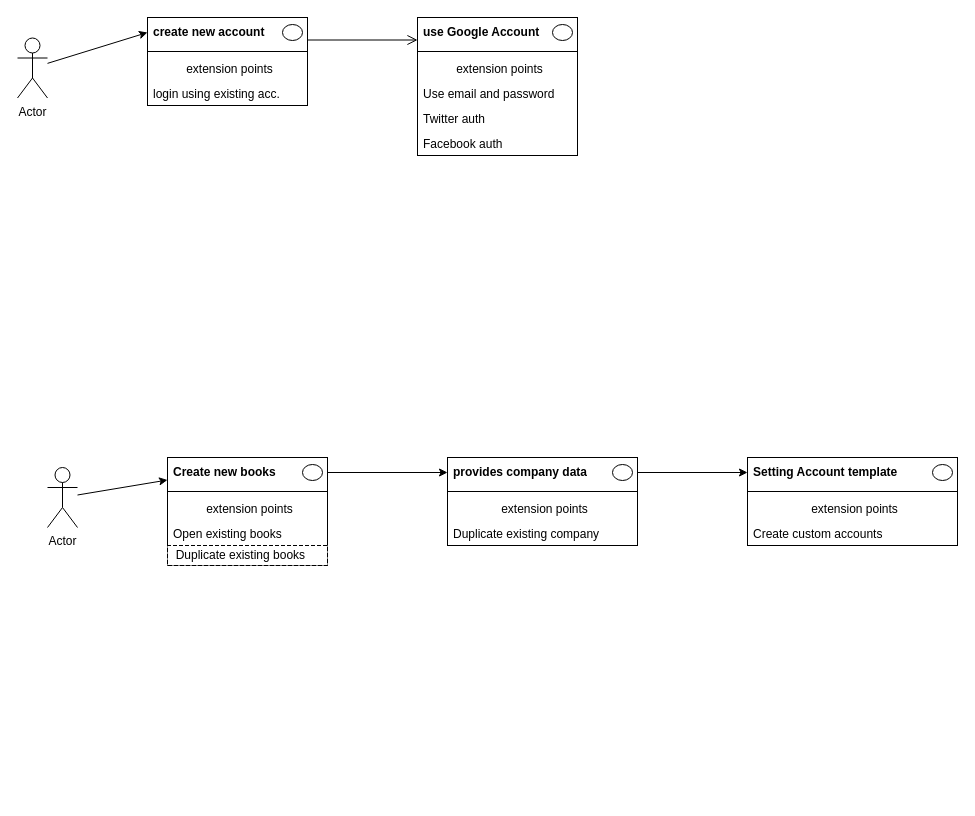
Before: page "use case" (1 of 2) of diagrams/uml.drawio in m00racle/Fractal, a draw.io diagram. Source tidied: cells renumbered, new cells numbered last; positions are measured from the earlier drawing's top-left corner, leaving out a move shared by most shapes. Both pictures are drawn from the tidied source at 100%, with x=0, y=0 at pixel (17, 17).
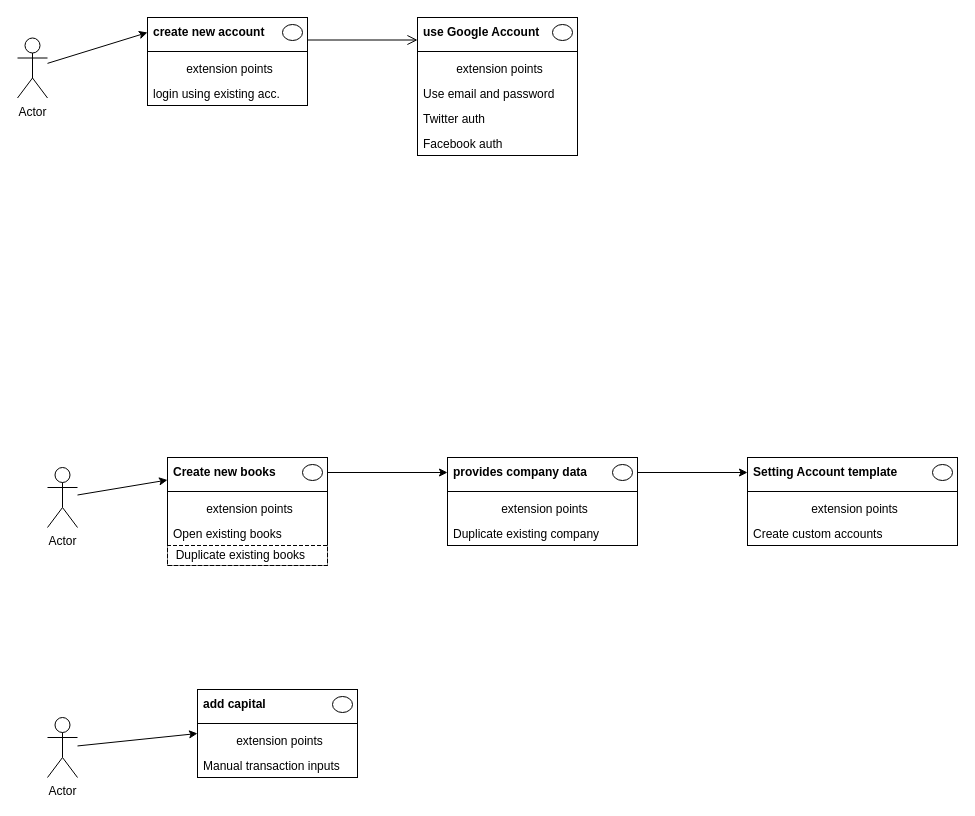
The same page after the edit.

Change to the diagram source:
```diff
@@
+    <mxCell id="42" style="edgeStyle=none;html=1;entryX=0;entryY=0.5;entryDx=0;entryDy=0;" parent="1" edge="1" source="43" target="44">
+      <mxGeometry relative="1" as="geometry" />
+    </mxCell>
+    <mxCell id="43" value="Actor" style="shape=umlActor;verticalLabelPosition=bottom;verticalAlign=top;html=1;" parent="1" vertex="1">
+      <mxGeometry x="30" y="700" width="30" height="60" as="geometry" />
+    </mxCell>
+    <mxCell id="44" style="fontStyle=1;align=center;verticalAlign=top;horizontal=1;" parent="1" vertex="1">
+      <mxGeometry x="180" y="672" width="160" height="88" as="geometry" />
+    </mxCell>
+    <mxCell id="45" value="add capital" style="html=1;align=left;spacingLeft=4;verticalAlign=middle;strokeColor=none;fillColor=none;fontStyle=1;" parent="44" vertex="1">
+      <mxGeometry width="160" height="30" as="geometry" />
+    </mxCell>
+    <mxCell id="46" style="shape=ellipse;" parent="45" vertex="1">
+      <mxGeometry x="1" width="20" height="16" relative="1" as="geometry">
+        <mxPoint x="-25" y="7" as="offset" />
+      </mxGeometry>
+    </mxCell>
+    <mxCell id="47" style="line;strokeWidth=1;fillColor=none;align=left;verticalAlign=middle;spacingTop=-1;spacingLeft=3;spacingRight=3;labelPosition=right;" parent="44" vertex="1">
+      <mxGeometry y="30" width="160" height="8" as="geometry" />
+    </mxCell>
+    <mxCell id="48" value="extension points" style="html=1;align=center;spacingLeft=4;verticalAlign=top;strokeColor=none;fillColor=none;" parent="44" vertex="1">
+      <mxGeometry y="38" width="160" height="25" as="geometry" />
+    </mxCell>
+    <mxCell id="49" value="Manual transaction inputs" style="html=1;align=left;spacingLeft=4;verticalAlign=top;strokeColor=none;fillColor=none;" parent="44" vertex="1">
+      <mxGeometry y="63" width="160" height="25" as="geometry" />
+    </mxCell>
```
